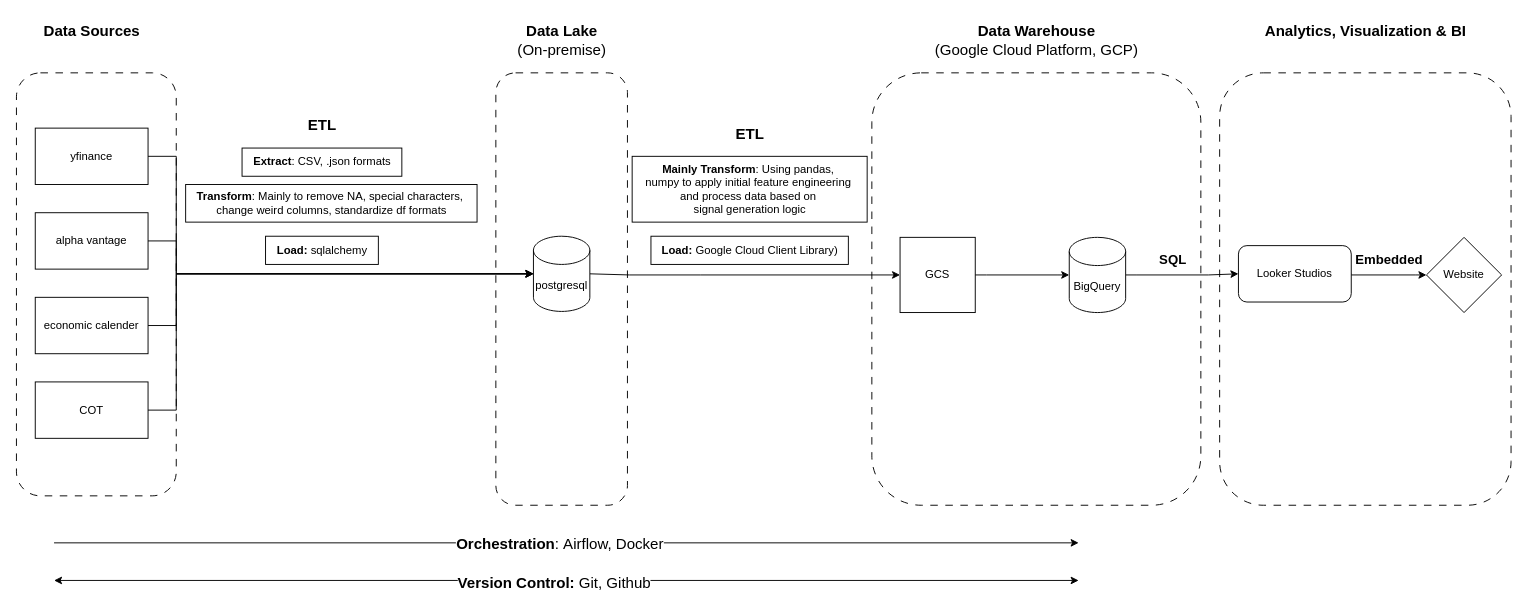
Before: Stock Analysis System.drawio in Tgop1310/Projects, a draw.io diagram. Source tidied: cells renumbered, new cells numbered last; positions are measured from the earlier drawing's top-left corner, leaving out a move shared by most shapes. Both pictures are drawn from the tidied source at 94%, with x=0, y=0 at pixel (16, 16).
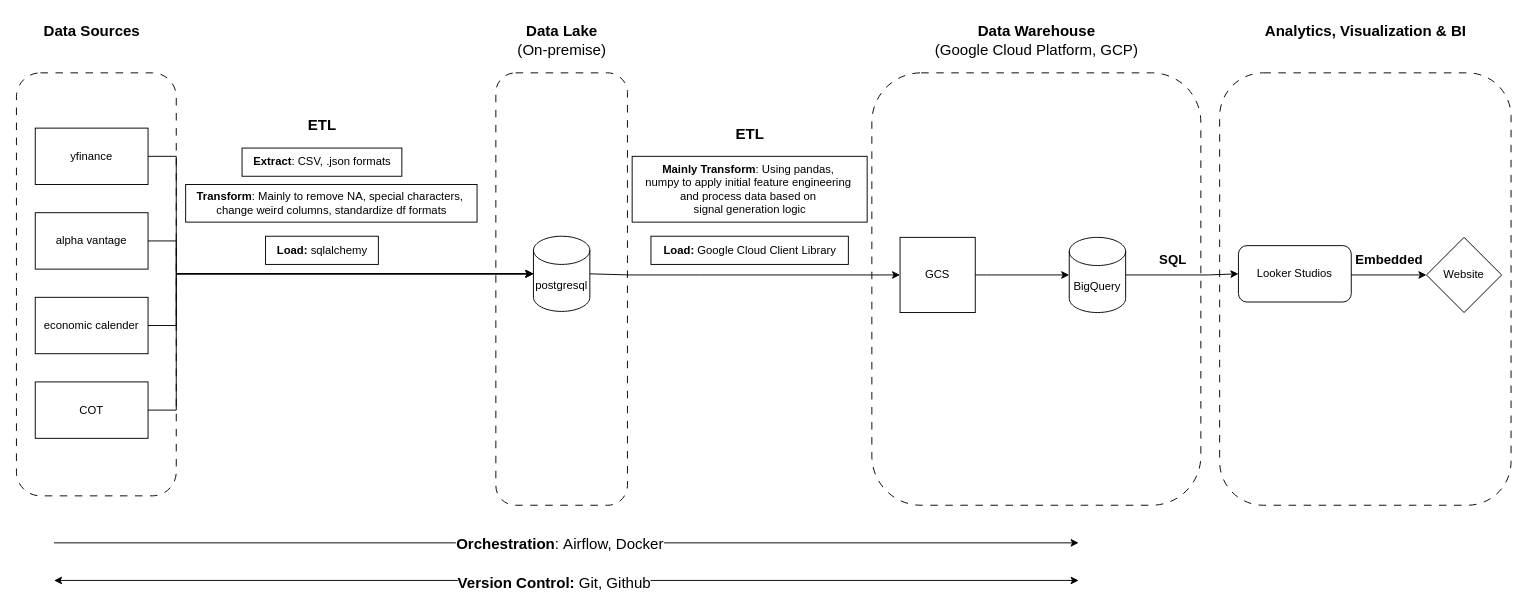
The same page after the edit.

Diff of the diagram source:
```diff
@@
-    <mxCell id="39" value="&lt;span style=&quot;font-weight: 700;&quot;&gt;Load:&lt;/span&gt;&amp;nbsp;Google Cloud Client Library)" style="text;html=1;align=center;verticalAlign=middle;strokeColor=default;fillColor=none;" parent="1" vertex="1">
+    <mxCell id="39" value="&lt;span style=&quot;font-weight: 700;&quot;&gt;Load:&lt;/span&gt;&amp;nbsp;Google Cloud Client Library" style="text;html=1;align=center;verticalAlign=middle;strokeColor=default;fillColor=none;" parent="1" vertex="1">
       <mxGeometry x="675" y="233.8" width="210" height="30" as="geometry" />
     </mxCell>
```
